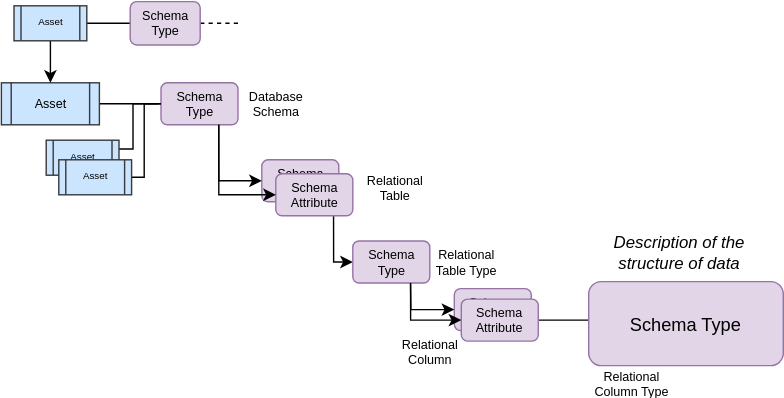
odpi/egeria-docs keeps this draw.io diagram as site/docs/practices/common-data-definitions/semantic-to-implementation-assets-and-schemas.svg. Above is the earlier version. Source tidied: cells renumbered, new cells last; positions are measured from the earlier drawing's top-left corner, leaving out a move shared by most shapes.
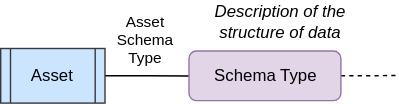
The same file after the commit.

Diff of the diagram source:
```diff
@@ -2,117 +2,25 @@
   <root>
     <mxCell id="0" />
     <mxCell id="1" parent="0" />
-    <mxCell id="2" value="Schema Type" style="rounded=1;whiteSpace=wrap;html=1;strokeColor=#9673a6;fillColor=#e1d5e7;fontSize=9;" parent="1" vertex="1">
-      <mxGeometry x="113.5" y="58.5" width="55" height="30" as="geometry" />
+    <mxCell id="2" style="edgeStyle=orthogonalEdgeStyle;rounded=0;html=1;exitX=1;exitY=0.5;startArrow=none;startFill=0;endArrow=none;endFill=0;jettySize=auto;fontSize=12;fontColor=#000000;" parent="1" edge="1" source="3" target="5">
+      <mxGeometry relative="1" as="geometry" />
     </mxCell>
-    <mxCell id="3" style="edgeStyle=orthogonalEdgeStyle;rounded=0;html=1;exitX=0.75;exitY=1;entryX=0;entryY=0.5;startArrow=none;startFill=0;endArrow=classic;endFill=1;jettySize=auto;fontSize=9;" parent="1" edge="1" source="5" target="17">
-      <mxGeometry relative="1" as="geometry">
-        <Array as="points">
-          <mxPoint x="237" y="187" />
-        </Array>
-      </mxGeometry>
+    <mxCell id="3" value="Asset" style="shape=process;whiteSpace=wrap;html=1;backgroundOutline=1;strokeColor=#36393d;fillColor=#cce5ff;fontSize=12;" parent="1" vertex="1">
+      <mxGeometry x="-40" y="-63" width="74.5" height="39" as="geometry" />
     </mxCell>
-    <mxCell id="4" value="Schema Attribute" style="rounded=1;whiteSpace=wrap;html=1;strokeColor=#9673a6;fillColor=#e1d5e7;fontSize=9;" parent="1" vertex="1">
-      <mxGeometry x="185.5" y="113.5" width="55" height="30" as="geometry" />
+    <mxCell id="4" style="edgeStyle=orthogonalEdgeStyle;rounded=0;html=1;exitX=1;exitY=0.5;startArrow=none;startFill=0;endArrow=none;endFill=0;jettySize=auto;fontSize=12;fontColor=#000000;dashed=1;" parent="1" edge="1" source="5">
+      <mxGeometry relative="1" as="geometry">
+        <mxPoint x="243" y="-43.8" as="targetPoint" />
+      </mxGeometry>
     </mxCell>
-    <mxCell id="5" value="Schema Attribute" style="rounded=1;whiteSpace=wrap;html=1;strokeColor=#9673a6;fillColor=#e1d5e7;fontSize=9;" parent="1" vertex="1">
-      <mxGeometry x="195.5" y="123.5" width="55" height="30" as="geometry" />
+    <mxCell id="5" value="Schema Type" style="rounded=1;whiteSpace=wrap;html=1;strokeColor=#9673a6;fillColor=#e1d5e7;fontSize=12;" parent="1" vertex="1">
+      <mxGeometry x="94.5" y="-61.2" width="108.5" height="35.5" as="geometry" />
     </mxCell>
-    <mxCell id="6" style="edgeStyle=orthogonalEdgeStyle;rounded=0;html=1;exitX=0.75;exitY=1;entryX=0;entryY=0.5;startArrow=none;startFill=0;endArrow=classic;endFill=1;jettySize=auto;fontSize=9;" parent="1" edge="1" source="2" target="4">
-      <mxGeometry relative="1" as="geometry" />
+    <mxCell id="6" value="Description of the structure of data" style="text;html=1;strokeColor=none;fillColor=none;align=center;verticalAlign=middle;whiteSpace=wrap;rounded=0;fontSize=12;fontColor=#000000;fontStyle=2;" parent="1" vertex="1">
+      <mxGeometry x="104.5" y="-97" width="110" height="30" as="geometry" />
     </mxCell>
-    <mxCell id="7" value="Schema Attribute" style="rounded=1;whiteSpace=wrap;html=1;strokeColor=#9673a6;fillColor=#e1d5e7;fontSize=9;" parent="1" vertex="1">
-      <mxGeometry x="323" y="205.5" width="55" height="30" as="geometry" />
+    <mxCell id="7" value="Asset&lt;br&gt;Schema&lt;br&gt;Type" style="text;html=1;align=center;verticalAlign=middle;points=[];strokeColor=none;fillColor=none;fontSize=11;" parent="1" vertex="1">
+      <mxGeometry x="32.5" y="-94" width="60" height="50" as="geometry" />
     </mxCell>
-    <mxCell id="8" style="edgeStyle=orthogonalEdgeStyle;rounded=0;html=1;exitX=1;exitY=0.5;entryX=0;entryY=0.5;startArrow=none;startFill=0;endArrow=none;endFill=0;jettySize=auto;fontSize=9;" parent="1" edge="1" source="9" target="28">
-      <mxGeometry relative="1" as="geometry" />
-    </mxCell>
-    <mxCell id="9" value="Schema Attribute" style="rounded=1;whiteSpace=wrap;html=1;strokeColor=#9673a6;fillColor=#e1d5e7;fontSize=9;" parent="1" vertex="1">
-      <mxGeometry x="328" y="213" width="55" height="30" as="geometry" />
-    </mxCell>
-    <mxCell id="10" style="edgeStyle=orthogonalEdgeStyle;rounded=0;html=1;exitX=0.75;exitY=1;entryX=0;entryY=0.5;startArrow=none;startFill=0;endArrow=classic;endFill=1;jettySize=auto;fontSize=9;" parent="1" edge="1" source="17" target="9">
-      <mxGeometry relative="1" as="geometry" />
-    </mxCell>
-    <mxCell id="11" style="edgeStyle=orthogonalEdgeStyle;rounded=0;html=1;exitX=1;exitY=0.5;startArrow=none;startFill=0;endArrow=none;endFill=0;jettySize=auto;fontSize=9;" parent="1" edge="1" source="12" target="2">
-      <mxGeometry relative="1" as="geometry" />
-    </mxCell>
-    <mxCell id="12" value="Asset" style="shape=process;whiteSpace=wrap;html=1;backgroundOutline=1;strokeColor=#36393d;fillColor=#cce5ff;fontSize=9;" parent="1" vertex="1">
-      <mxGeometry x="-0.5" y="58.5" width="70" height="30" as="geometry" />
-    </mxCell>
-    <mxCell id="13" value="Database Schema" style="text;html=1;strokeColor=none;fillColor=none;align=center;verticalAlign=middle;whiteSpace=wrap;rounded=0;fontSize=9;" parent="1" vertex="1">
-      <mxGeometry x="176" y="63.5" width="40" height="20" as="geometry" />
-    </mxCell>
-    <mxCell id="14" value="Relational Table" style="text;html=1;strokeColor=none;fillColor=none;align=center;verticalAlign=middle;whiteSpace=wrap;rounded=0;fontSize=9;" parent="1" vertex="1">
-      <mxGeometry x="260.5" y="123.5" width="40" height="20" as="geometry" />
-    </mxCell>
-    <mxCell id="15" value="Relational Table Type" style="text;html=1;strokeColor=none;fillColor=none;align=center;verticalAlign=middle;whiteSpace=wrap;rounded=0;fontSize=9;" parent="1" vertex="1">
-      <mxGeometry x="306.5" y="176.5" width="50" height="20" as="geometry" />
-    </mxCell>
-    <mxCell id="16" value="Relational Column" style="text;html=1;strokeColor=none;fillColor=none;align=center;verticalAlign=middle;whiteSpace=wrap;rounded=0;fontSize=9;" parent="1" vertex="1">
-      <mxGeometry x="285.5" y="240.5" width="40" height="20" as="geometry" />
-    </mxCell>
-    <mxCell id="17" value="Schema Type" style="rounded=1;whiteSpace=wrap;html=1;strokeColor=#9673a6;fillColor=#e1d5e7;fontSize=9;" parent="1" vertex="1">
-      <mxGeometry x="250.5" y="171.5" width="55" height="30" as="geometry" />
-    </mxCell>
-    <mxCell id="18" value="Relational Column Type" style="text;html=1;strokeColor=none;fillColor=none;align=center;verticalAlign=middle;whiteSpace=wrap;rounded=0;fontSize=9;" parent="1" vertex="1">
-      <mxGeometry x="422" y="263.5" width="56" height="20" as="geometry" />
-    </mxCell>
-    <mxCell id="19" style="edgeStyle=orthogonalEdgeStyle;rounded=0;html=1;exitX=0.5;exitY=1;entryX=0.5;entryY=0;startArrow=none;startFill=0;endArrow=classic;endFill=1;jettySize=auto;fontSize=12;fontColor=#000000;" parent="1" edge="1" source="21" target="12">
-      <mxGeometry relative="1" as="geometry" />
-    </mxCell>
-    <mxCell id="20" style="edgeStyle=orthogonalEdgeStyle;rounded=0;html=1;exitX=1;exitY=0.5;startArrow=none;startFill=0;endArrow=none;endFill=0;jettySize=auto;fontSize=12;fontColor=#000000;" parent="1" edge="1" source="21" target="27">
-      <mxGeometry relative="1" as="geometry" />
-    </mxCell>
-    <mxCell id="21" value="Asset" style="shape=process;whiteSpace=wrap;html=1;backgroundOutline=1;strokeColor=#36393d;fillColor=#cce5ff;fontSize=7;" parent="1" vertex="1">
-      <mxGeometry x="8.5" y="3.5" width="52" height="25" as="geometry" />
-    </mxCell>
-    <mxCell id="22" style="edgeStyle=orthogonalEdgeStyle;rounded=0;html=1;exitX=1;exitY=0.25;entryX=0;entryY=0.5;startArrow=none;startFill=0;endArrow=none;endFill=0;jettySize=auto;fontSize=12;fontColor=#000000;" parent="1" edge="1" source="23" target="2">
-      <mxGeometry relative="1" as="geometry">
-        <Array as="points">
-          <mxPoint x="93.5" y="105.5" />
-          <mxPoint x="93.5" y="73.5" />
-        </Array>
-      </mxGeometry>
-    </mxCell>
-    <mxCell id="23" value="Asset" style="shape=process;whiteSpace=wrap;html=1;backgroundOutline=1;strokeColor=#36393d;fillColor=#cce5ff;fontSize=7;" parent="1" vertex="1">
-      <mxGeometry x="31.5" y="99.5" width="52" height="25" as="geometry" />
-    </mxCell>
-    <mxCell id="24" style="edgeStyle=orthogonalEdgeStyle;rounded=0;html=1;exitX=1;exitY=0.5;startArrow=none;startFill=0;endArrow=none;endFill=0;jettySize=auto;fontSize=12;fontColor=#000000;" parent="1" edge="1" source="25">
-      <mxGeometry relative="1" as="geometry">
-        <mxPoint x="111.5" y="73.5" as="targetPoint" />
-        <Array as="points">
-          <mxPoint x="101.5" y="125.5" />
-          <mxPoint x="101.5" y="73.5" />
-        </Array>
-      </mxGeometry>
-    </mxCell>
-    <mxCell id="25" value="Asset" style="shape=process;whiteSpace=wrap;html=1;backgroundOutline=1;strokeColor=#36393d;fillColor=#cce5ff;fontSize=7;" parent="1" vertex="1">
-      <mxGeometry x="40.5" y="113.5" width="52" height="25" as="geometry" />
-    </mxCell>
-    <mxCell id="26" style="edgeStyle=orthogonalEdgeStyle;rounded=0;html=1;exitX=1;exitY=0.5;startArrow=none;startFill=0;endArrow=none;endFill=0;jettySize=auto;fontSize=12;fontColor=#000000;dashed=1;" parent="1" edge="1" source="27">
-      <mxGeometry relative="1" as="geometry">
-        <mxPoint x="171.5" y="16" as="targetPoint" />
-      </mxGeometry>
-    </mxCell>
-    <mxCell id="27" value="Schema Type" style="rounded=1;whiteSpace=wrap;html=1;strokeColor=#9673a6;fillColor=#e1d5e7;fontSize=9;" parent="1" vertex="1">
-      <mxGeometry x="91.5" y="0.5" width="50" height="31" as="geometry" />
-    </mxCell>
-    <mxCell id="28" value="Schema Type" style="rounded=1;whiteSpace=wrap;html=1;strokeColor=#9673a6;fillColor=#e1d5e7;fontSize=13;" parent="1" vertex="1">
-      <mxGeometry x="419" y="200.5" width="139" height="60" as="geometry" />
-    </mxCell>
-    <mxCell id="29" value="Description of the structure of data" style="text;html=1;strokeColor=none;fillColor=none;align=center;verticalAlign=middle;whiteSpace=wrap;rounded=0;fontSize=12;fontColor=#000000;fontStyle=2;" parent="1" vertex="1">
-      <mxGeometry x="428.5" y="164.5" width="110" height="30" as="geometry" />
-    </mxCell>
-    <mxCell id="30" style="edgeStyle=orthogonalEdgeStyle;rounded=0;html=1;exitX=0.75;exitY=1;entryX=0;entryY=0.5;startArrow=none;startFill=0;endArrow=classic;endFill=1;jettySize=auto;fontSize=9;" parent="1" edge="1" source="2" target="5">
-      <mxGeometry relative="1" as="geometry" />
-    </mxCell>
-    <mxCell id="31" style="edgeStyle=orthogonalEdgeStyle;rounded=0;html=1;exitX=0.75;exitY=1;entryX=0;entryY=0.5;startArrow=none;startFill=0;endArrow=classic;endFill=1;jettySize=auto;fontSize=9;" parent="1" edge="1" source="17" target="7">
-      <mxGeometry relative="1" as="geometry">
-        <Array as="points">
-          <mxPoint x="292" y="206" />
-          <mxPoint x="292" y="221" />
-        </Array>
-      </mxGeometry>
-    </mxCell>
   </root>
 </mxGraphModel>
```
